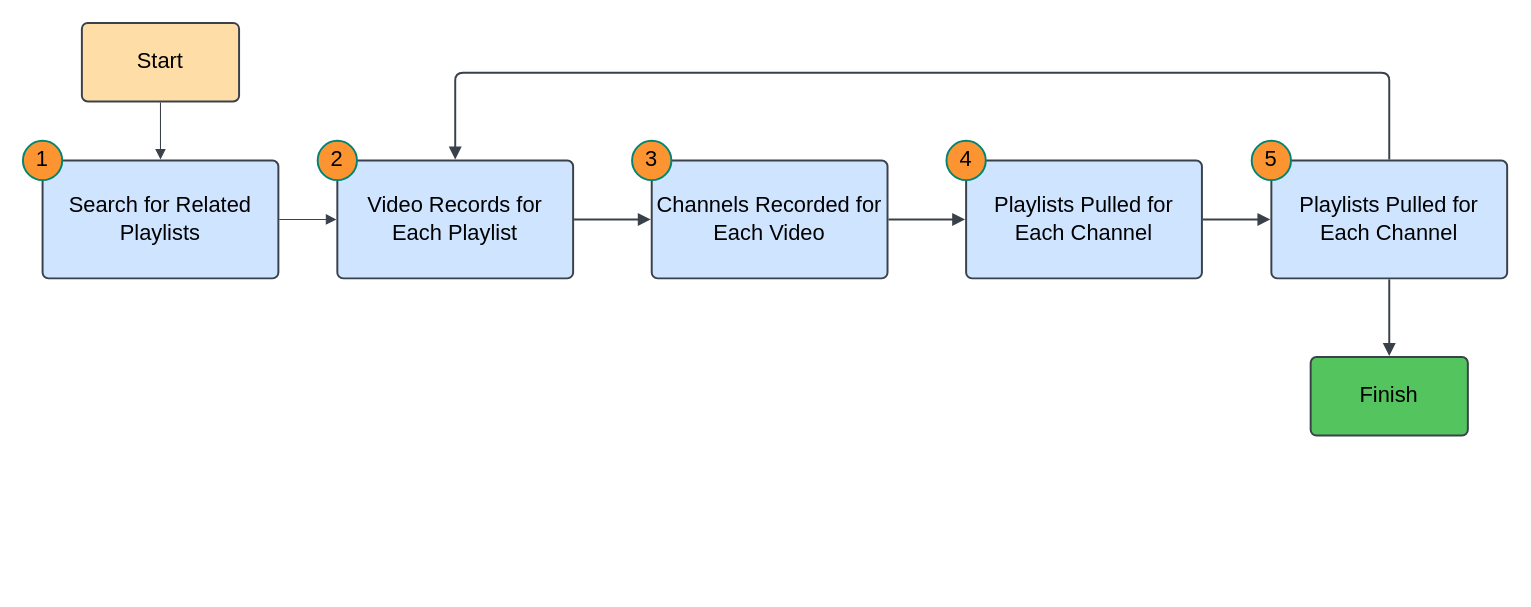
ggroenendale/diagram_repo keeps this draw.io diagram as Video Data Acquisition.drawio. Above is the earlier version. Source tidied: cells renumbered, new cells numbered last; positions are measured from the earlier drawing's top-left corner, leaving out a move shared by most shapes. Both pictures are drawn from the tidied source at 131%, with x=0, y=0 at pixel (22, 22).
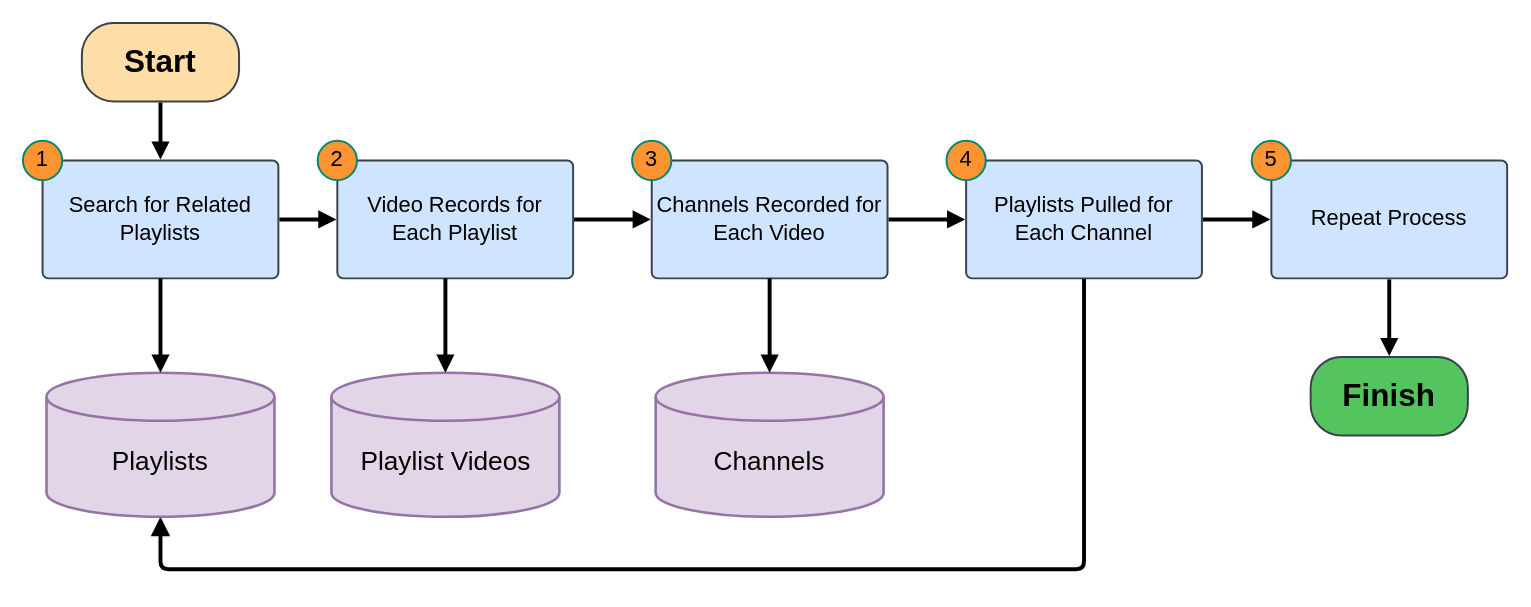
The same page after the edit.

The change refers to these unchanged cells:
```xml
<mxCell id="7" style="group;" parent="1" vertex="1">
  <mxGeometry x="225" y="90" width="195" height="105" as="geometry" />
</mxCell>
<mxCell id="8" value="Video Records for Each Playlist" style="html=1;overflow=block;blockSpacing=1;whiteSpace=wrap;fontSize=16.7;spacing=3.8;verticalAlign=middle;strokeColor=#3a414a;strokeOpacity=100;fillOpacity=100;rounded=1;absoluteArcSize=1;arcSize=9;fillColor=#cfe4ff;strokeWidth=1.5;lucidId=S16u41BVjXE3;" parent="7" vertex="1">
  <mxGeometry x="15" y="15" width="180" height="90" as="geometry" />
</mxCell>
<mxCell id="11" value="Channels Recorded for Each Video" style="html=1;overflow=block;blockSpacing=1;whiteSpace=wrap;fontSize=16.7;spacing=3.8;verticalAlign=middle;strokeColor=#3a414a;strokeOpacity=100;fillOpacity=100;rounded=1;absoluteArcSize=1;arcSize=9;fillColor=#cfe4ff;strokeWidth=1.5;lucidId=p-6uXw-BGHr~;" parent="10" vertex="1">
  <mxGeometry x="15" y="15" width="180" height="90" as="geometry" />
</mxCell>
<mxCell id="14" value="Search for Related Playlists" style="html=1;overflow=block;blockSpacing=1;whiteSpace=wrap;fontSize=16.7;spacing=3.8;verticalAlign=middle;strokeColor=#3a414a;strokeOpacity=100;fillOpacity=100;rounded=1;absoluteArcSize=1;arcSize=9;fillColor=#cfe4ff;strokeWidth=1.5;lucidId=SW6u_wksAtYL;" parent="13" vertex="1">
  <mxGeometry x="15" y="15" width="180" height="90" as="geometry" />
</mxCell>
<mxCell id="19" value="Playlists Pulled for Each Channel" style="html=1;overflow=block;blockSpacing=1;whiteSpace=wrap;fontSize=16.7;spacing=3.8;verticalAlign=middle;strokeColor=#3a414a;strokeOpacity=100;fillOpacity=100;rounded=1;absoluteArcSize=1;arcSize=9;fillColor=#cfe4ff;strokeWidth=1.5;lucidId=M.6uk97XyCFO;" parent="18" vertex="1">
  <mxGeometry x="15" y="15" width="180" height="90" as="geometry" />
</mxCell>
<mxCell id="23" style="group;" parent="1" vertex="1">
  <mxGeometry x="938" y="90" width="195" height="105" as="geometry" />
</mxCell>
```

What changed in the source:
```diff
@@
-    <mxCell id="2" value="Start" style="html=1;overflow=block;blockSpacing=1;whiteSpace=wrap;fontSize=16.7;fontColor=default;spacing=3.8;strokeColor=#3a414a;strokeOpacity=100;fillOpacity=100;rounded=1;absoluteArcSize=1;arcSize=9;fillColor=#ffdda6;strokeWidth=1.5;lucidId=bW6uLIidkf8m;" parent="1" vertex="1">
+    <mxCell id="2" value="Start" style="html=1;overflow=block;blockSpacing=1;whiteSpace=wrap;fontSize=24;fontColor=default;spacing=3.8;strokeColor=#3a414a;strokeOpacity=100;fillOpacity=100;rounded=1;absoluteArcSize=1;arcSize=49;fillColor=#ffdda6;strokeWidth=1.5;lucidId=bW6uLIidkf8m;fontStyle=1;" parent="1" vertex="1">
       <mxGeometry x="45" width="120" height="60" as="geometry" />
     </mxCell>
-    <mxCell id="3" style="html=1;jettySize=18;whiteSpace=wrap;fontSize=13;strokeColor=#3a414a;strokeOpacity=100;strokeWidth=0.8;rounded=1;arcSize=12;edgeStyle=orthogonalEdgeStyle;startArrow=none;endArrow=block;endFill=1;exitX=0.5;exitY=1.013;exitPerimeter=0;entryX=0.5;entryY=-0.008;entryPerimeter=0;lucidId=SW6ux6u6MC4x;" parent="1" edge="1" source="2" target="14">
+    <mxCell id="3" style="html=1;jettySize=18;whiteSpace=wrap;fontSize=13;strokeColor=#000000;strokeOpacity=100;strokeWidth=3;rounded=1;arcSize=12;edgeStyle=orthogonalEdgeStyle;startArrow=none;endArrow=block;endFill=1;exitX=0.5;exitY=1.013;exitPerimeter=0;entryX=0.5;entryY=-0.008;entryPerimeter=0;lucidId=SW6ux6u6MC4x;" parent="1" edge="1" source="2" target="14">
       <mxGeometry relative="1" as="geometry" />
     </mxCell>
-    <mxCell id="4" style="html=1;jettySize=18;whiteSpace=wrap;fontSize=13;strokeColor=#3a414a;strokeOpacity=100;strokeWidth=0.8;rounded=1;arcSize=12;edgeStyle=orthogonalEdgeStyle;startArrow=none;endArrow=block;endFill=1;exitX=1.004;exitY=0.5;exitPerimeter=0;entryX=-0.004;entryY=0.5;entryPerimeter=0;lucidId=416uXwU0tydD;" parent="1" edge="1" source="14" target="8">
+    <mxCell id="4" style="html=1;jettySize=18;whiteSpace=wrap;fontSize=13;strokeColor=#000000;strokeOpacity=100;strokeWidth=3;rounded=1;arcSize=12;edgeStyle=orthogonalEdgeStyle;startArrow=none;endArrow=block;endFill=1;exitX=1.004;exitY=0.5;exitPerimeter=0;entryX=-0.004;entryY=0.5;entryPerimeter=0;lucidId=416uXwU0tydD;" parent="1" edge="1" source="14" target="8">
       <mxGeometry relative="1" as="geometry" />
     </mxCell>
-    <mxCell id="5" style="html=1;jettySize=18;whiteSpace=wrap;fontSize=13;strokeColor=#3a414a;strokeOpacity=100;strokeWidth=1.5;rounded=1;arcSize=12;edgeStyle=orthogonalEdgeStyle;startArrow=none;endArrow=block;endFill=1;exitX=1.004;exitY=0.5;exitPerimeter=0;entryX=-0.004;entryY=0.5;entryPerimeter=0;lucidId=Q_6uuDI5KyMW;" parent="1" edge="1" source="8" target="11">
+    <mxCell id="5" style="html=1;jettySize=18;whiteSpace=wrap;fontSize=13;strokeColor=#000000;strokeOpacity=100;strokeWidth=3;rounded=1;arcSize=12;edgeStyle=orthogonalEdgeStyle;startArrow=none;endArrow=block;endFill=1;exitX=1.004;exitY=0.5;exitPerimeter=0;entryX=-0.004;entryY=0.5;entryPerimeter=0;lucidId=Q_6uuDI5KyMW;" parent="1" edge="1" source="8" target="11">
       <mxGeometry relative="1" as="geometry" />
     </mxCell>
-    <mxCell id="6" style="html=1;jettySize=18;whiteSpace=wrap;fontSize=13;strokeColor=#3a414a;strokeOpacity=100;strokeWidth=1.5;rounded=1;arcSize=12;edgeStyle=orthogonalEdgeStyle;startArrow=none;endArrow=block;endFill=1;exitX=1.004;exitY=0.5;exitPerimeter=0;entryX=-0.004;entryY=0.5;entryPerimeter=0;lucidId=r~6uTzH-kcN_;" parent="1" edge="1" source="11" target="19">
+    <mxCell id="6" style="html=1;jettySize=18;whiteSpace=wrap;fontSize=13;strokeColor=#000000;strokeOpacity=100;strokeWidth=3;rounded=1;arcSize=12;edgeStyle=orthogonalEdgeStyle;startArrow=none;endArrow=block;endFill=1;exitX=1.004;exitY=0.5;exitPerimeter=0;entryX=-0.004;entryY=0.5;entryPerimeter=0;lucidId=r~6uTzH-kcN_;endSize=6;" parent="1" edge="1" source="11" target="19">
       <mxGeometry relative="1" as="geometry" />
     </mxCell>
@@
-    <mxCell id="16" style="html=1;jettySize=18;whiteSpace=wrap;fontSize=13;strokeColor=#3a414a;strokeOpacity=100;strokeWidth=1.5;rounded=1;arcSize=12;edgeStyle=orthogonalEdgeStyle;startArrow=none;endArrow=block;endFill=1;exitX=1.004;exitY=0.5;exitPerimeter=0;entryX=-0.004;entryY=0.5;entryPerimeter=0;lucidId=Bi7ut8uNxzML;" parent="1" edge="1" source="19" target="24">
+    <mxCell id="16" style="html=1;jettySize=18;whiteSpace=wrap;fontSize=13;strokeColor=#000000;strokeOpacity=100;strokeWidth=3;rounded=1;arcSize=12;edgeStyle=orthogonalEdgeStyle;startArrow=none;endArrow=block;endFill=1;exitX=1.004;exitY=0.5;exitPerimeter=0;entryX=-0.004;entryY=0.5;entryPerimeter=0;lucidId=Bi7ut8uNxzML;" parent="1" edge="1" source="19" target="24">
       <mxGeometry relative="1" as="geometry" />
     </mxCell>
-    <mxCell id="17" style="html=1;jettySize=18;whiteSpace=wrap;fontSize=13;strokeColor=#3a414a;strokeOpacity=100;strokeWidth=1.5;rounded=1;arcSize=12;edgeStyle=orthogonalEdgeStyle;startArrow=none;endArrow=block;endFill=1;exitX=0.5;exitY=-0.008;exitPerimeter=0;entryX=0.5;entryY=-0.008;entryPerimeter=0;lucidId=-i7ufhm8Llv8;" parent="1" edge="1" source="24" target="8">
+    <mxCell id="17" style="html=1;jettySize=18;whiteSpace=wrap;fontSize=13;strokeColor=#000000;strokeOpacity=100;strokeWidth=3;rounded=1;arcSize=12;edgeStyle=orthogonalEdgeStyle;startArrow=none;endArrow=block;endFill=1;exitX=0.5;exitY=0;entryX=0.5;entryY=1;entryPerimeter=0;lucidId=-i7ufhm8Llv8;endSize=7;exitDx=0;exitDy=0;entryDx=0;entryDy=0;" parent="1" edge="1" source="19" target="30">
       <mxGeometry relative="1" as="geometry">
         <Array as="points">
-          <mxPoint x="1043" y="38" />
-          <mxPoint x="330" y="38" />
+          <mxPoint x="810" y="417" />
+          <mxPoint x="105" y="417" />
         </Array>
       </mxGeometry>
     </mxCell>
@@
-    <mxCell id="21" style="html=1;jettySize=18;whiteSpace=wrap;fontSize=13;strokeColor=#3a414a;strokeOpacity=100;strokeWidth=1.5;rounded=1;arcSize=12;edgeStyle=orthogonalEdgeStyle;startArrow=none;endArrow=block;endFill=1;exitX=0.5;exitY=1.008;exitPerimeter=0;entryX=0.5;entryY=-0.012;entryPerimeter=0;lucidId=hk7uTk5IF7pY;" parent="1" edge="1" source="24" target="22">
+    <mxCell id="21" style="html=1;jettySize=18;whiteSpace=wrap;fontSize=13;strokeColor=#000000;strokeOpacity=100;strokeWidth=3;rounded=1;arcSize=12;edgeStyle=orthogonalEdgeStyle;startArrow=none;endArrow=block;endFill=1;exitX=0.5;exitY=1.008;exitPerimeter=0;entryX=0.5;entryY=-0.012;entryPerimeter=0;lucidId=hk7uTk5IF7pY;" parent="1" edge="1" source="24" target="22">
       <mxGeometry relative="1" as="geometry" />
     </mxCell>
-    <mxCell id="22" value="Finish" style="html=1;overflow=block;blockSpacing=1;whiteSpace=wrap;fontSize=16.7;spacing=3.8;verticalAlign=middle;strokeColor=#3a414a;strokeOpacity=100;fillOpacity=100;rounded=1;absoluteArcSize=1;arcSize=9;fillColor=#54c45e;strokeWidth=1.5;lucidId=hk7uLVcwX5V9;" parent="1" vertex="1">
+    <mxCell id="22" value="Finish" style="html=1;overflow=block;blockSpacing=1;whiteSpace=wrap;fontSize=24;spacing=3.8;verticalAlign=middle;strokeColor=#3a414a;strokeOpacity=100;fillOpacity=100;rounded=1;absoluteArcSize=1;arcSize=47;fillColor=#54c45e;strokeWidth=1.5;lucidId=hk7uLVcwX5V9;fontStyle=1;" parent="1" vertex="1">
       <mxGeometry x="983" y="255" width="120" height="60" as="geometry" />
     </mxCell>
@@
-    <mxCell id="24" value="Playlists Pulled for Each Channel" style="html=1;overflow=block;blockSpacing=1;whiteSpace=wrap;fontSize=16.7;spacing=3.8;verticalAlign=middle;strokeColor=#3a414a;strokeOpacity=100;fillOpacity=100;rounded=1;absoluteArcSize=1;arcSize=9;fillColor=#cfe4ff;strokeWidth=1.5;lucidId=_g7utdRJWnZh;" parent="23" vertex="1">
+    <mxCell id="24" value="Repeat Process" style="html=1;overflow=block;blockSpacing=1;whiteSpace=wrap;fontSize=16.7;spacing=3.8;verticalAlign=middle;strokeColor=#3a414a;strokeOpacity=100;fillOpacity=100;rounded=1;absoluteArcSize=1;arcSize=9;fillColor=#cfe4ff;strokeWidth=1.5;lucidId=_g7utdRJWnZh;" parent="23" vertex="1">
       <mxGeometry x="15" y="15" width="180" height="90" as="geometry" />
     </mxCell>
@@
+    <mxCell id="26" value="&lt;font&gt;Playlist Videos&lt;/font&gt;" style="strokeWidth=2;html=1;shape=mxgraph.flowchart.database;whiteSpace=wrap;fontSize=20;verticalAlign=middle;spacing=6;spacingTop=24;fillColor=#e1d5e7;strokeColor=#9673a6;" parent="1" vertex="1">
+      <mxGeometry x="235.5" y="267" width="174" height="110" as="geometry" />
+    </mxCell>
+    <mxCell id="27" style="html=1;jettySize=18;whiteSpace=wrap;fontSize=13;strokeColor=#000000;strokeOpacity=100;strokeWidth=3;rounded=1;arcSize=12;edgeStyle=orthogonalEdgeStyle;startArrow=none;endArrow=block;endFill=1;exitX=0.5;exitY=1;entryX=0.5;entryY=0;entryPerimeter=0;lucidId=Q_6uuDI5KyMW;exitDx=0;exitDy=0;entryDx=0;entryDy=0;" parent="1" edge="1" source="7" target="26">
+      <mxGeometry relative="1" as="geometry">
+        <Array as="points">
+          <mxPoint x="323" y="237" />
+          <mxPoint x="323" y="267" />
+        </Array>
+      </mxGeometry>
+    </mxCell>
+    <mxCell id="28" value="&lt;font&gt;Channels&lt;/font&gt;" style="strokeWidth=2;html=1;shape=mxgraph.flowchart.database;whiteSpace=wrap;fontSize=20;verticalAlign=middle;spacing=6;spacingTop=24;fillColor=#e1d5e7;strokeColor=#9673a6;" parent="1" vertex="1">
+      <mxGeometry x="483" y="267" width="174" height="110" as="geometry" />
+    </mxCell>
+    <mxCell id="29" style="edgeStyle=orthogonalEdgeStyle;rounded=0;jettySize=auto;html=1;exitX=0.5;exitY=1;exitDx=0;exitDy=0;entryX=0.5;entryY=0;entryDx=0;entryDy=0;entryPerimeter=0;fontSize=13;strokeWidth=3;endArrow=block;endFill=1;" parent="1" edge="1" source="11" target="28">
+      <mxGeometry relative="1" as="geometry" />
+    </mxCell>
+    <mxCell id="30" value="&lt;font&gt;Playlists&lt;/font&gt;" style="strokeWidth=2;html=1;shape=mxgraph.flowchart.database;whiteSpace=wrap;fontSize=20;verticalAlign=middle;spacing=6;spacingTop=24;fillColor=#e1d5e7;strokeColor=#9673a6;" parent="1" vertex="1">
+      <mxGeometry x="18" y="267" width="174" height="110" as="geometry" />
+    </mxCell>
+    <mxCell id="31" style="edgeStyle=orthogonalEdgeStyle;rounded=0;jettySize=auto;html=1;exitX=0.5;exitY=1;exitDx=0;exitDy=0;entryX=0.5;entryY=0;entryDx=0;entryDy=0;entryPerimeter=0;strokeWidth=3;endArrow=block;endFill=1;" parent="1" edge="1" source="14" target="30">
+      <mxGeometry relative="1" as="geometry" />
+    </mxCell>
```
